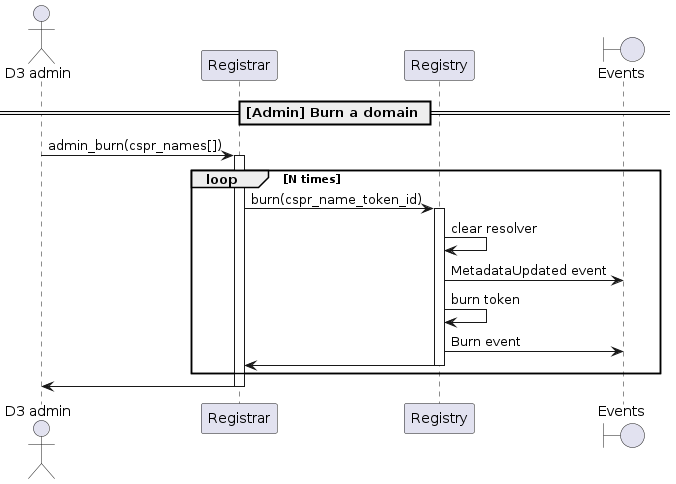
This is docs/sequence-diagrams/puml/burn-domain.png from make-software/cspr-name-contracts, a PlantUML export, as it was before one commit. Source of this version:
```plantuml
@startuml

actor "D3 admin"
participant "Registrar"
participant "Registry"
boundary "Events"

== [Admin] Burn a domain ==

"D3 admin" -> "Registrar": admin_burn(cspr_names[])
activate Registrar
loop N times
    Registrar -> Registry: burn(cspr_name_token_id)
    activate Registry
    Registry -> Registry: clear resolver
    Registry -> "Events": MetadataUpdated event
    Registry -> Registry: burn token
    Registry -> "Events": Burn event
    Registry -> Registrar
    deactivate Registry
end
Registrar -> "D3 admin"
deactivate Registrar

@enduml
```
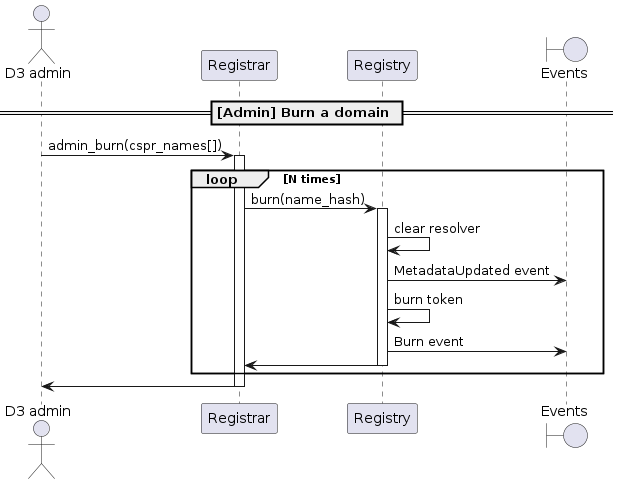
The same file after the commit.

Change to the diagram source:
```diff
@@ -10,7 +10,7 @@
 "D3 admin" -> "Registrar": admin_burn(cspr_names[])
 activate Registrar
 loop N times
-    Registrar -> Registry: burn(cspr_name_token_id)
+    Registrar -> Registry: burn(name_hash)
     activate Registry
     Registry -> Registry: clear resolver
     Registry -> "Events": MetadataUpdated event
```
